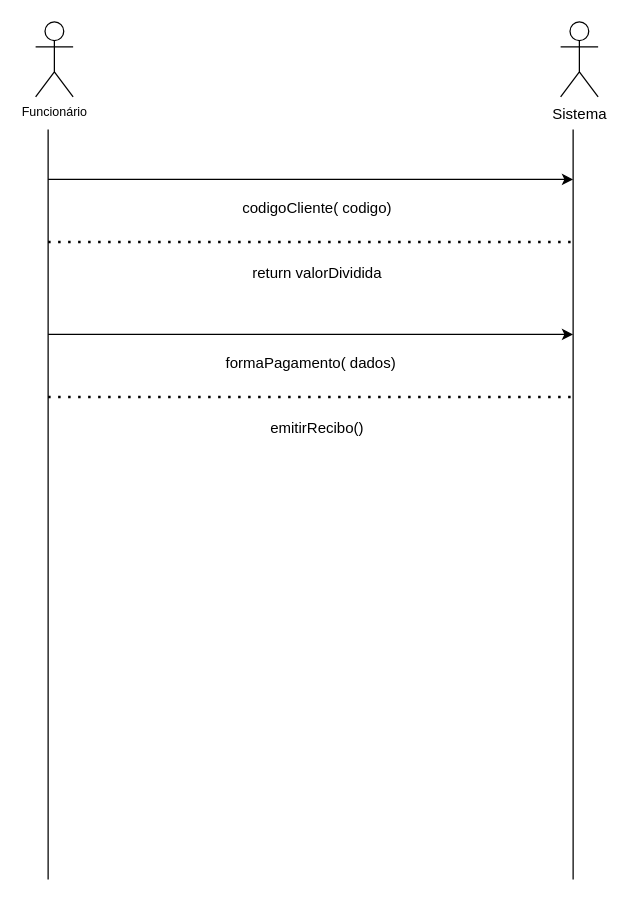
luccamarshall/DCO keeps this draw.io diagram as ssd3.drawio. Above is the earlier version. Source tidied: cells renumbered, new cells numbered last; positions are measured from the earlier drawing's top-left corner, leaving out a move shared by most shapes. Both pictures are drawn from the tidied source at 125%, with x=0, y=0 at pixel (35, 21).
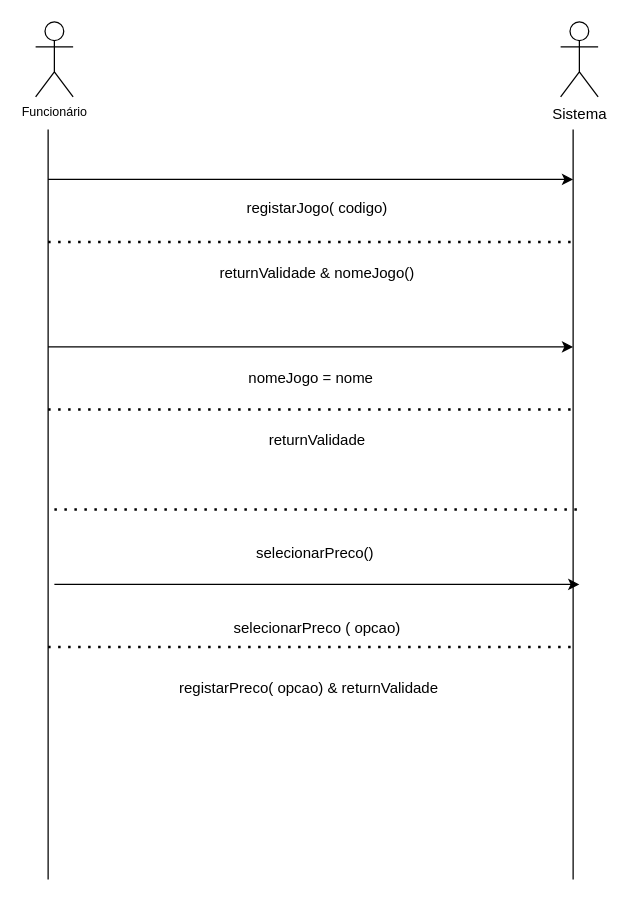
After the change.

What changed in the source:
```diff
@@
-    <mxCell id="6" value="codigoCliente( codigo)" style="text;html=1;align=center;verticalAlign=middle;strokeColor=none;fillColor=none;" parent="1" vertex="1">
+    <mxCell id="6" value="registarJogo( codigo)" style="text;html=1;align=center;verticalAlign=middle;strokeColor=none;fillColor=none;" parent="1" vertex="1">
       <mxGeometry x="155" y="134" width="140" height="30" as="geometry" />
     </mxCell>
@@
-    <mxCell id="9" value="return valorDividida" style="text;html=1;align=center;verticalAlign=middle;strokeColor=none;fillColor=none;" parent="1" vertex="1">
-      <mxGeometry x="160" y="186" width="130" height="30" as="geometry" />
-    </mxCell>
     <mxCell id="10" style="endArrow=classic;html=1;rounded=0;" parent="1" edge="1">
       <mxGeometry relative="1" as="geometry">
-        <mxPoint x="10" y="250" as="sourcePoint" />
-        <mxPoint x="430" y="250" as="targetPoint" />
+        <mxPoint x="10" y="260" as="sourcePoint" />
+        <mxPoint x="430" y="260" as="targetPoint" />
       </mxGeometry>
     </mxCell>
-    <mxCell id="11" value="formaPagamento( dados)" style="text;html=1;align=center;verticalAlign=middle;strokeColor=none;fillColor=none;" parent="1" vertex="1">
-      <mxGeometry x="140" y="258" width="160" height="30" as="geometry" />
+    <mxCell id="11" value="nomeJogo = nome" style="text;html=1;align=center;verticalAlign=middle;strokeColor=none;fillColor=none;" parent="1" vertex="1">
+      <mxGeometry x="160" y="270" width="120" height="30" as="geometry" />
     </mxCell>
     <mxCell id="12" style="endArrow=none;dashed=1;html=1;dashPattern=1 3;strokeWidth=2;rounded=0;" parent="1" edge="1">
       <mxGeometry relative="1" as="geometry">
-        <mxPoint x="10" y="300" as="sourcePoint" />
-        <mxPoint x="430" y="300" as="targetPoint" />
+        <mxPoint x="10" y="310" as="sourcePoint" />
+        <mxPoint x="430" y="310" as="targetPoint" />
       </mxGeometry>
     </mxCell>
-    <mxCell id="13" value="emitirRecibo()" style="text;html=1;align=center;verticalAlign=middle;strokeColor=none;fillColor=none;" parent="1" vertex="1">
-      <mxGeometry x="175" y="310" width="100" height="30" as="geometry" />
+    <mxCell id="13" value="returnValidade" style="text;html=1;align=center;verticalAlign=middle;strokeColor=none;fillColor=none;" parent="1" vertex="1">
+      <mxGeometry x="175" y="320" width="100" height="30" as="geometry" />
     </mxCell>
+    <mxCell id="14" value="returnValidade &amp;amp; nomeJogo()" style="text;html=1;align=center;verticalAlign=middle;strokeColor=none;fillColor=none;" parent="1" vertex="1">
+      <mxGeometry x="135" y="186" width="180" height="30" as="geometry" />
+    </mxCell>
+    <mxCell id="15" style="endArrow=none;dashed=1;html=1;dashPattern=1 3;strokeWidth=2;rounded=0;" parent="1" edge="1">
+      <mxGeometry relative="1" as="geometry">
+        <mxPoint x="15" y="390" as="sourcePoint" />
+        <mxPoint x="435" y="390" as="targetPoint" />
+      </mxGeometry>
+    </mxCell>
+    <mxCell id="16" value="selecionarPreco()&amp;nbsp;" style="text;html=1;align=center;verticalAlign=middle;strokeColor=none;fillColor=none;" parent="1" vertex="1">
+      <mxGeometry x="165" y="410" width="120" height="30" as="geometry" />
+    </mxCell>
+    <mxCell id="17" style="endArrow=classic;html=1;rounded=0;" parent="1" edge="1">
+      <mxGeometry relative="1" as="geometry">
+        <mxPoint x="15" y="450" as="sourcePoint" />
+        <mxPoint x="435" y="450" as="targetPoint" />
+      </mxGeometry>
+    </mxCell>
+    <mxCell id="18" value="selecionarPreco ( opcao)" style="text;html=1;align=center;verticalAlign=middle;strokeColor=none;fillColor=none;" parent="1" vertex="1">
+      <mxGeometry x="145" y="470" width="160" height="30" as="geometry" />
+    </mxCell>
+    <mxCell id="19" style="endArrow=none;dashed=1;html=1;dashPattern=1 3;strokeWidth=2;rounded=0;" parent="1" edge="1">
+      <mxGeometry relative="1" as="geometry">
+        <mxPoint x="10" y="500" as="sourcePoint" />
+        <mxPoint x="430" y="500" as="targetPoint" />
+      </mxGeometry>
+    </mxCell>
+    <mxCell id="20" value="registarPreco( opcao) &amp;amp; returnValidade&amp;nbsp;" style="text;html=1;align=center;verticalAlign=middle;strokeColor=none;fillColor=none;" parent="1" vertex="1">
+      <mxGeometry x="105" y="518" width="230" height="30" as="geometry" />
+    </mxCell>
```
